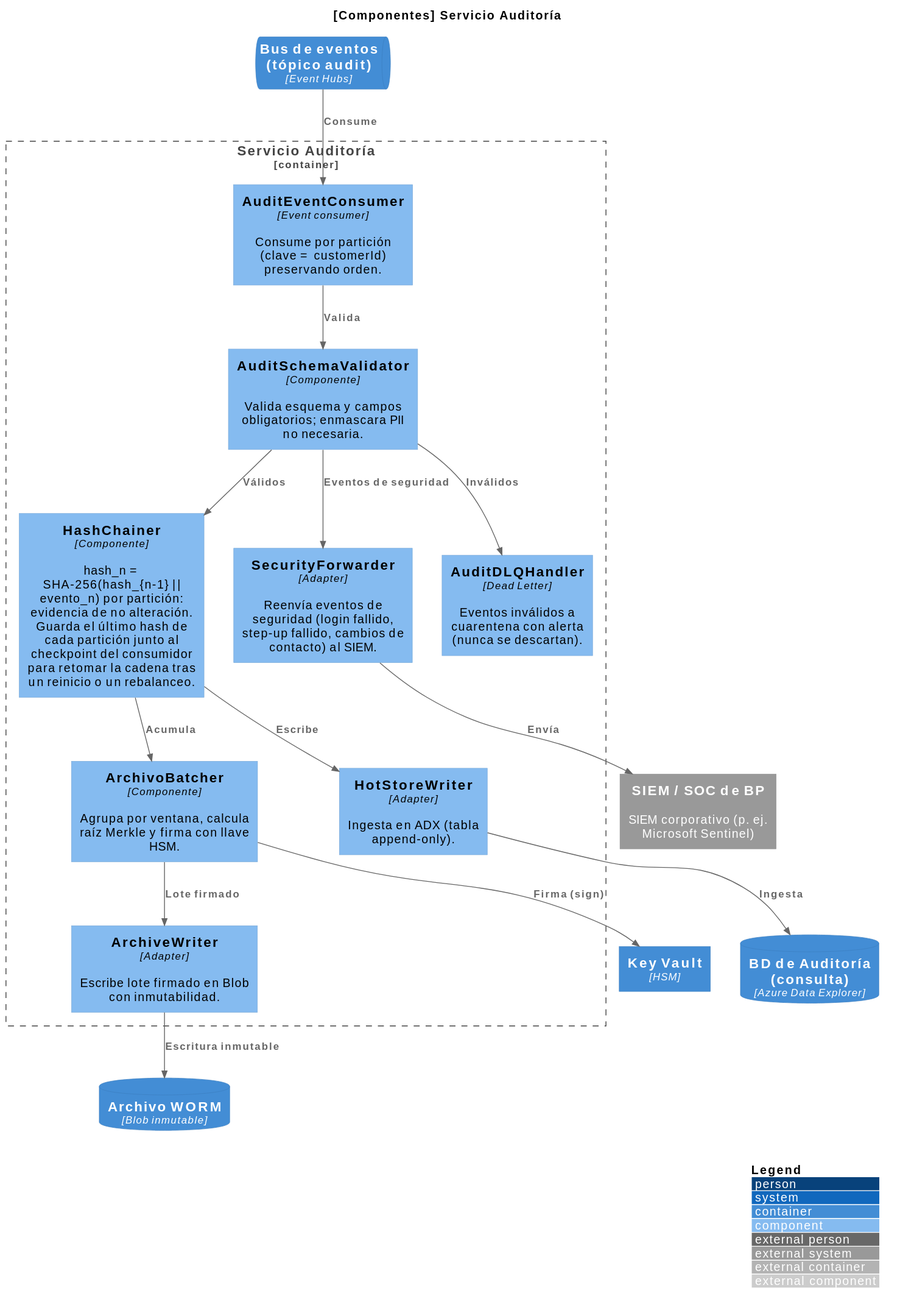
Above: images/Componentes-Servicio Auditoria.svg in dledesman/banca-por-internet (PlantUML), before the change.
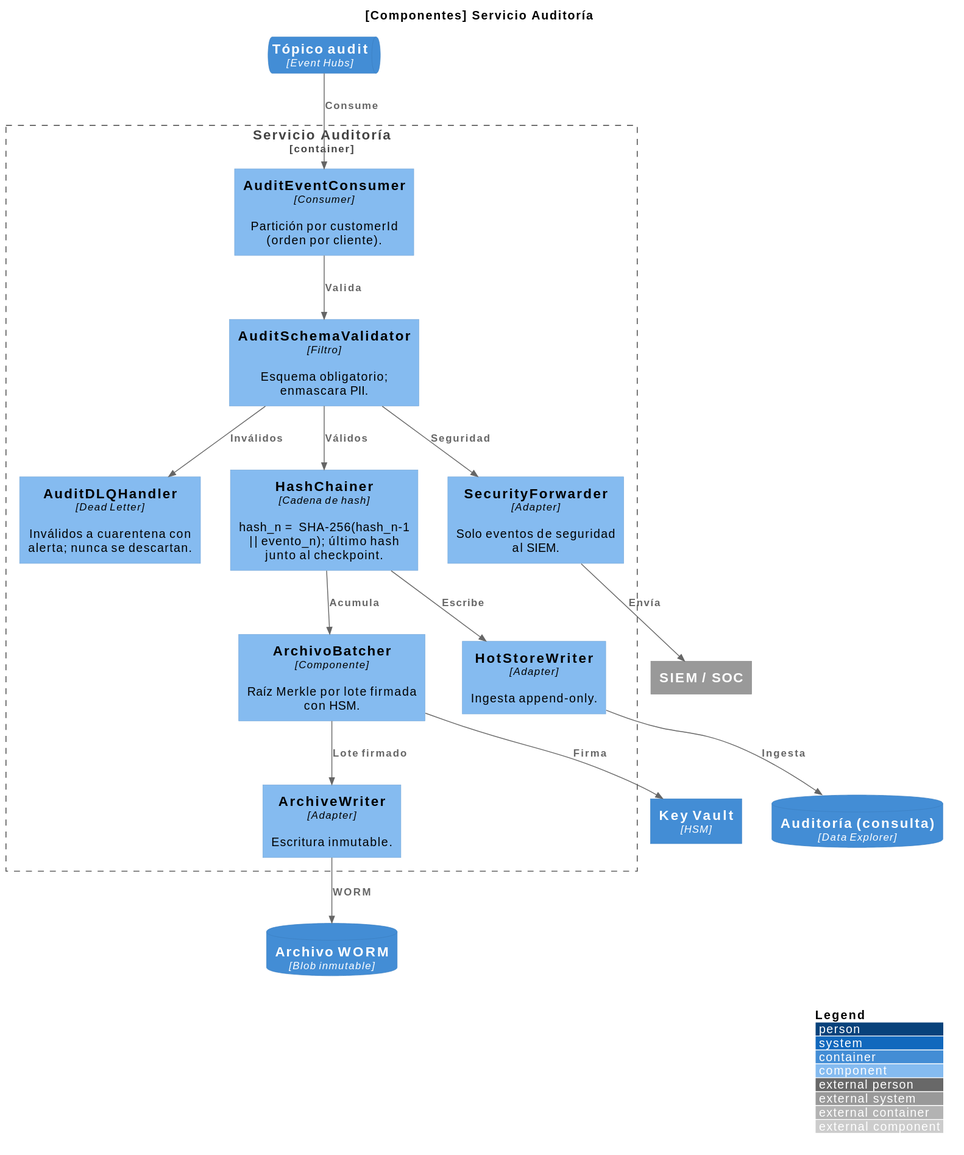
Later version of the same file.

The edit, as a diff of the source:
```diff
@@ -3,33 +3,33 @@
 LAYOUT_WITH_LEGEND()
 title [Componentes] Servicio Auditoría
 
-ContainerQueue(evh, "Bus de eventos (tópico audit)", "Event Hubs")
-ContainerDb(adx, "BD de Auditoría (consulta)", "Azure Data Explorer")
+ContainerQueue(evh, "Tópico audit", "Event Hubs")
+ContainerDb(adx, "Auditoría (consulta)", "Data Explorer")
 ContainerDb(blob, "Archivo WORM", "Blob inmutable")
 Container(kv, "Key Vault", "HSM")
-System_Ext(siem, "SIEM / SOC de BP", "SIEM corporativo (p. ej. Microsoft Sentinel)")
+System_Ext(siem, "SIEM / SOC")
 
 Container_Boundary(aud, "Servicio Auditoría") {
-  Component(cons, "AuditEventConsumer", "Event consumer", "Consume por partición (clave = customerId) preservando orden.")
-  Component(val, "AuditSchemaValidator", "Componente", "Valida esquema y campos obligatorios; enmascara PII no necesaria.")
-  Component(chain, "HashChainer", "Componente", "hash_n = SHA-256(hash_{n-1} || evento_n) por partición: evidencia de no alteración. Guarda el último hash de cada partición junto al checkpoint del consumidor para retomar la cadena tras un reinicio o un rebalanceo.")
-  Component(w1, "HotStoreWriter", "Adapter", "Ingesta en ADX (tabla append-only).")
-  Component(batch, "ArchivoBatcher", "Componente", "Agrupa por ventana, calcula raíz Merkle y firma con llave HSM.")
-  Component(w2, "ArchiveWriter", "Adapter", "Escribe lote firmado en Blob con inmutabilidad.")
-  Component(fwd, "SecurityForwarder", "Adapter", "Reenvía eventos de seguridad (login fallido, step-up fallido, cambios de contacto) al SIEM.")
-  Component(dlq, "AuditDLQHandler", "Dead Letter", "Eventos inválidos a cuarentena con alerta (nunca se descartan).")
+  Component(cons, "AuditEventConsumer", "Consumer", "Partición por customerId (orden por cliente).")
+  Component(val, "AuditSchemaValidator", "Filtro", "Esquema obligatorio; enmascara PII.")
+  Component(dlq, "AuditDLQHandler", "Dead Letter", "Inválidos a cuarentena con alerta; nunca se descartan.")
+  Component(chain, "HashChainer", "Cadena de hash", "hash_n = SHA-256(hash_n-1 || evento_n); último hash junto al checkpoint.")
+  Component(hot, "HotStoreWriter", "Adapter", "Ingesta append-only.")
+  Component(batch, "ArchivoBatcher", "Componente", "Raíz Merkle por lote firmada con HSM.")
+  Component(arc, "ArchiveWriter", "Adapter", "Escritura inmutable.")
+  Component(fwd, "SecurityForwarder", "Adapter", "Solo eventos de seguridad al SIEM.")
 }
 
 Rel(evh, cons, "Consume")
 Rel(cons, val, "Valida")
 Rel(val, dlq, "Inválidos")
 Rel(val, chain, "Válidos")
-Rel(chain, w1, "Escribe")
-Rel(w1, adx, "Ingesta")
+Rel(chain, hot, "Escribe")
+Rel(hot, adx, "Ingesta")
 Rel(chain, batch, "Acumula")
-Rel(batch, kv, "Firma (sign)")
-Rel(batch, w2, "Lote firmado")
-Rel(w2, blob, "Escritura inmutable")
-Rel(val, fwd, "Eventos de seguridad")
+Rel(batch, kv, "Firma")
+Rel(batch, arc, "Lote firmado")
+Rel(arc, blob, "WORM")
+Rel(val, fwd, "Seguridad")
 Rel(fwd, siem, "Envía")
 @enduml
```
